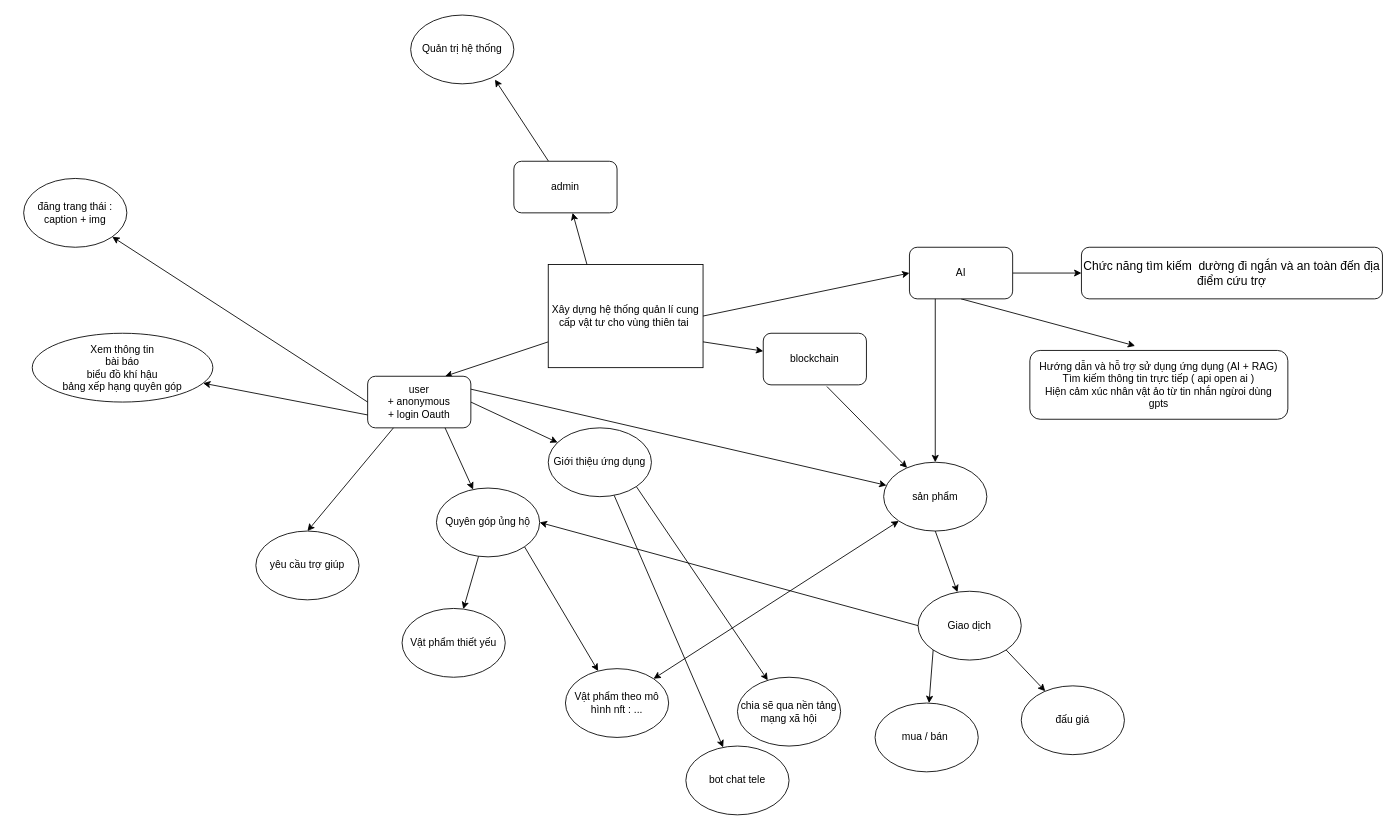
cnkhUtc2/design keeps this draw.io diagram as design.dio. Above is the earlier version. Source tidied: cells renumbered, new cells numbered last; positions are measured from the earlier drawing's top-left corner, leaving out a move shared by most shapes. Both pictures are drawn from the tidied source at 86%, with x=0, y=0 at pixel (23, 15).
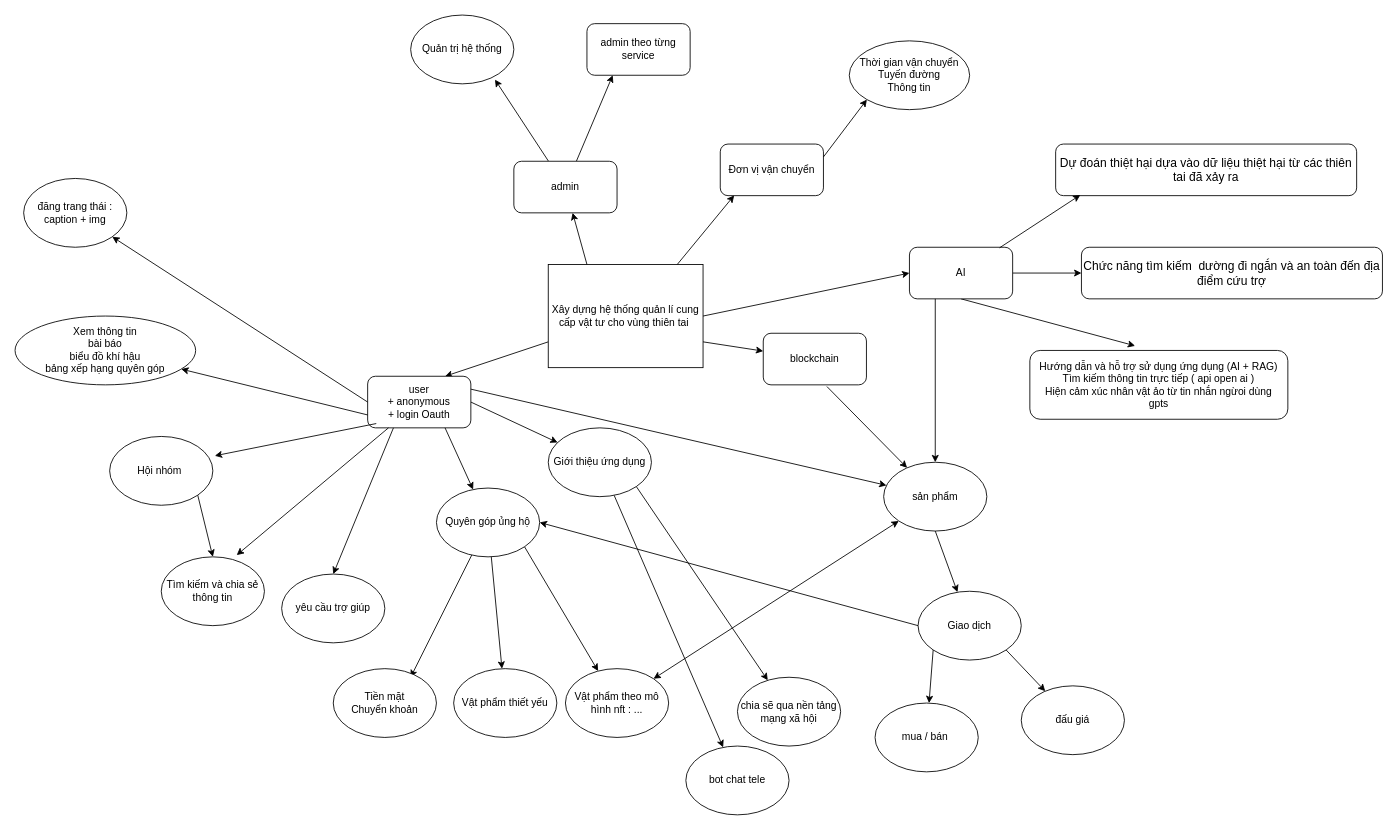
The same diagram, later.

The change refers to these unchanged cells:
```xml
<mxCell id="5" value="user&lt;br&gt;+ anonymous&lt;br&gt;+ login Oauth" style="rounded=1;whiteSpace=wrap;html=1;" parent="1" vertex="1">
  <mxGeometry x="400" y="420" width="120" height="60" as="geometry" />
</mxCell>
<mxCell id="10" value="Quyên góp ủng hộ" style="ellipse;whiteSpace=wrap;html=1;" parent="1" vertex="1">
  <mxGeometry x="480" y="550" width="120" height="80" as="geometry" />
</mxCell>
<mxCell id="18" value="AI" style="rounded=1;whiteSpace=wrap;html=1;" parent="1" vertex="1">
  <mxGeometry x="1030" y="270" width="120" height="60" as="geometry" />
</mxCell>
<mxCell id="22" value="admin" style="rounded=1;whiteSpace=wrap;html=1;" parent="1" vertex="1">
  <mxGeometry x="570" y="170" width="120" height="60" as="geometry" />
</mxCell>
```

What changed in the source:
```diff
@@
+    <mxCell id="47" style="edgeStyle=none;html=1;" parent="1" edge="1" source="10">
+      <mxGeometry relative="1" as="geometry">
+        <mxPoint x="450" y="770" as="targetPoint" />
+      </mxGeometry>
+    </mxCell>
@@
     <mxCell id="12" value="yêu cầu trợ giúp" style="ellipse;whiteSpace=wrap;html=1;" parent="1" vertex="1">
-      <mxGeometry x="270" y="600" width="120" height="80" as="geometry" />
+      <mxGeometry x="300" y="650" width="120" height="80" as="geometry" />
     </mxCell>
@@
     <mxCell id="14" value="Xem thông tin&lt;br&gt;bài báo&lt;br&gt;biểu đồ khí hậu&lt;br&gt;bảng xếp hạng quyên góp" style="ellipse;whiteSpace=wrap;html=1;" parent="1" vertex="1">
-      <mxGeometry x="10" y="370" width="210" height="80" as="geometry" />
+      <mxGeometry x="-10" y="350" width="210" height="80" as="geometry" />
     </mxCell>
@@
+    <mxCell id="48" style="edgeStyle=none;html=1;entryX=0.25;entryY=1;entryDx=0;entryDy=0;" parent="1" edge="1" source="22" target="61">
+      <mxGeometry relative="1" as="geometry" />
+    </mxCell>
@@
     <mxCell id="24" value="Vật phẩm thiết yếu" style="ellipse;whiteSpace=wrap;html=1;" parent="1" vertex="1">
-      <mxGeometry x="440" y="690" width="120" height="80" as="geometry" />
+      <mxGeometry x="500" y="760" width="120" height="80" as="geometry" />
     </mxCell>
@@
+    <mxCell id="49" value="&lt;font style=&quot;font-size: 14px;&quot;&gt;Dự đoán thiệt hại dựa vào dữ liệu thiệt hại từ các thiên tai đã xảy ra&lt;/font&gt;" style="rounded=1;whiteSpace=wrap;html=1;" parent="1" vertex="1">
+      <mxGeometry x="1200" y="150" width="350" height="60" as="geometry" />
+    </mxCell>
+    <mxCell id="50" style="edgeStyle=none;html=1;exitX=0.873;exitY=0.011;exitDx=0;exitDy=0;entryX=0.082;entryY=0.987;entryDx=0;entryDy=0;entryPerimeter=0;exitPerimeter=0;" parent="1" edge="1" source="18" target="49">
+      <mxGeometry relative="1" as="geometry" />
+    </mxCell>
+    <mxCell id="51" value="Đơn vị vận chuyển" style="rounded=1;whiteSpace=wrap;html=1;" parent="1" vertex="1">
+      <mxGeometry x="810" y="150" width="120" height="60" as="geometry" />
+    </mxCell>
+    <mxCell id="52" value="Thời gian vận chuyển&lt;div&gt;Tuyến đường&lt;/div&gt;&lt;div&gt;Thông tin&lt;/div&gt;" style="ellipse;whiteSpace=wrap;html=1;" parent="1" vertex="1">
+      <mxGeometry x="960" y="30" width="140" height="80" as="geometry" />
+    </mxCell>
+    <mxCell id="53" style="endArrow=classic;html=1;entryX=0.135;entryY=0.995;entryDx=0;entryDy=0;entryPerimeter=0;" parent="1" edge="1" target="51">
+      <mxGeometry relative="1" as="geometry">
+        <mxPoint x="760" y="290" as="sourcePoint" />
+      </mxGeometry>
+    </mxCell>
+    <mxCell id="54" style="edgeStyle=none;html=1;exitX=1;exitY=0.25;exitDx=0;exitDy=0;entryX=0;entryY=1;entryDx=0;entryDy=0;" parent="1" edge="1" source="51" target="52">
+      <mxGeometry relative="1" as="geometry" />
+    </mxCell>
+    <mxCell id="55" value="Hội nhóm&amp;nbsp;" style="ellipse;whiteSpace=wrap;html=1;" parent="1" vertex="1">
+      <mxGeometry x="100" y="490" width="120" height="80" as="geometry" />
+    </mxCell>
+    <mxCell id="56" value="Tìm kiếm và chia sẻ thông tin" style="ellipse;whiteSpace=wrap;html=1;" parent="1" vertex="1">
+      <mxGeometry x="160" y="630" width="120" height="80" as="geometry" />
+    </mxCell>
+    <mxCell id="57" style="endArrow=classic;html=1;exitX=0;exitY=0.75;exitDx=0;exitDy=0;entryX=1.019;entryY=0.281;entryDx=0;entryDy=0;entryPerimeter=0;" parent="1" edge="1" target="55">
+      <mxGeometry relative="1" as="geometry">
+        <mxPoint x="410" y="475" as="sourcePoint" />
+      </mxGeometry>
+    </mxCell>
+    <mxCell id="58" style="endArrow=classic;html=1;entryX=0.731;entryY=-0.025;entryDx=0;entryDy=0;entryPerimeter=0;" parent="1" edge="1" source="5" target="56">
+      <mxGeometry relative="1" as="geometry" />
+    </mxCell>
+    <mxCell id="59" style="endArrow=classic;html=1;exitX=1;exitY=1;exitDx=0;exitDy=0;entryX=0.5;entryY=0;entryDx=0;entryDy=0;" parent="1" edge="1" source="55" target="56">
+      <mxGeometry relative="1" as="geometry" />
+    </mxCell>
+    <mxCell id="60" value="Tiền mặt&lt;br&gt;Chuyển khoản" style="ellipse;whiteSpace=wrap;html=1;" parent="1" vertex="1">
+      <mxGeometry x="360" y="760" width="120" height="80" as="geometry" />
+    </mxCell>
+    <mxCell id="61" value="admin theo từng service" style="rounded=1;whiteSpace=wrap;html=1;" parent="1" vertex="1">
+      <mxGeometry x="655" y="10" width="120" height="60" as="geometry" />
+    </mxCell>
```
